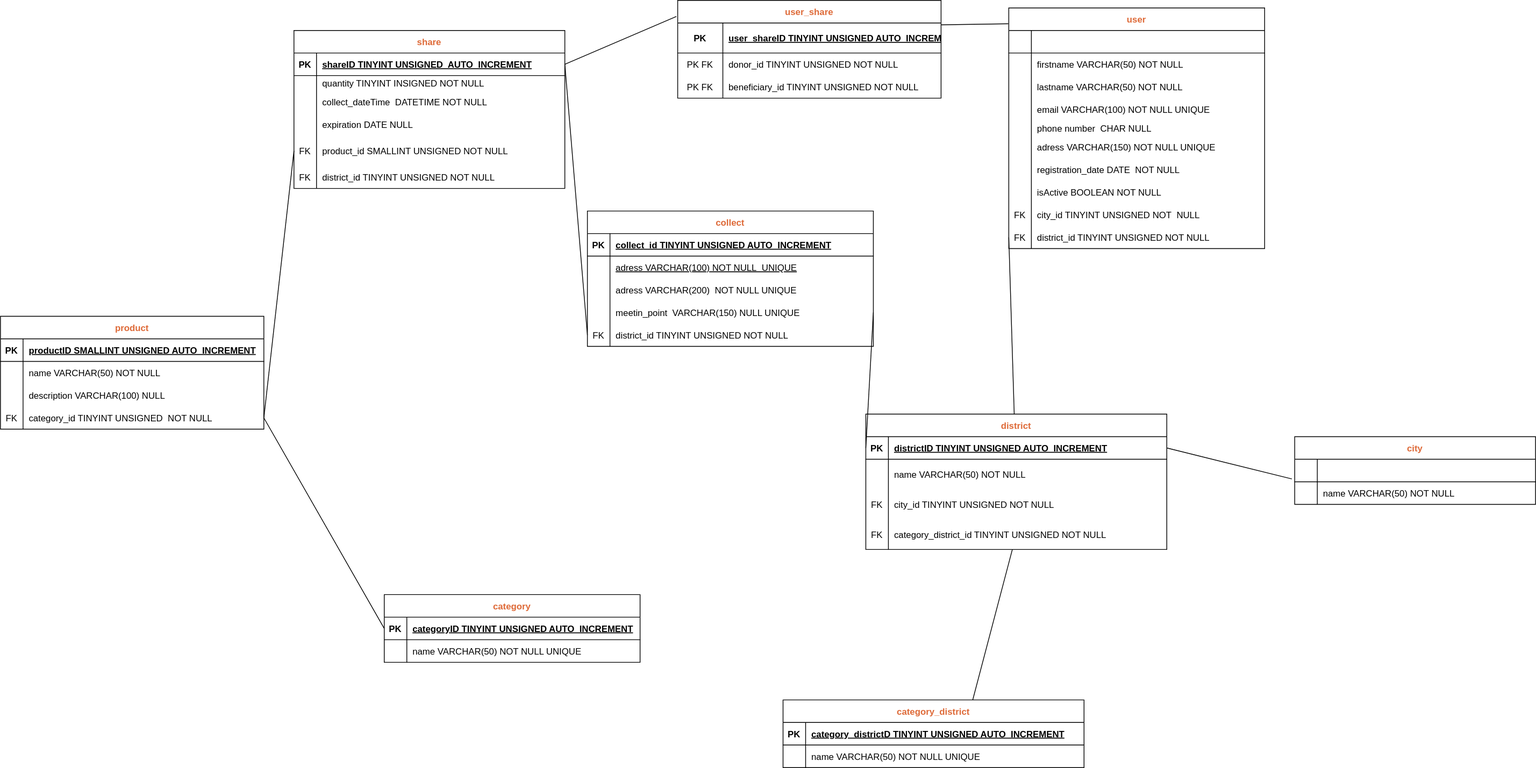
Above: code/server/Merise_VAG/MPD/vag.drawio.svg in Mandine42/vag (draw.io), before the change. Source tidied: cells renumbered, new cells last; positions are measured from the earlier drawing's top-left corner, leaving out a move shared by most shapes.
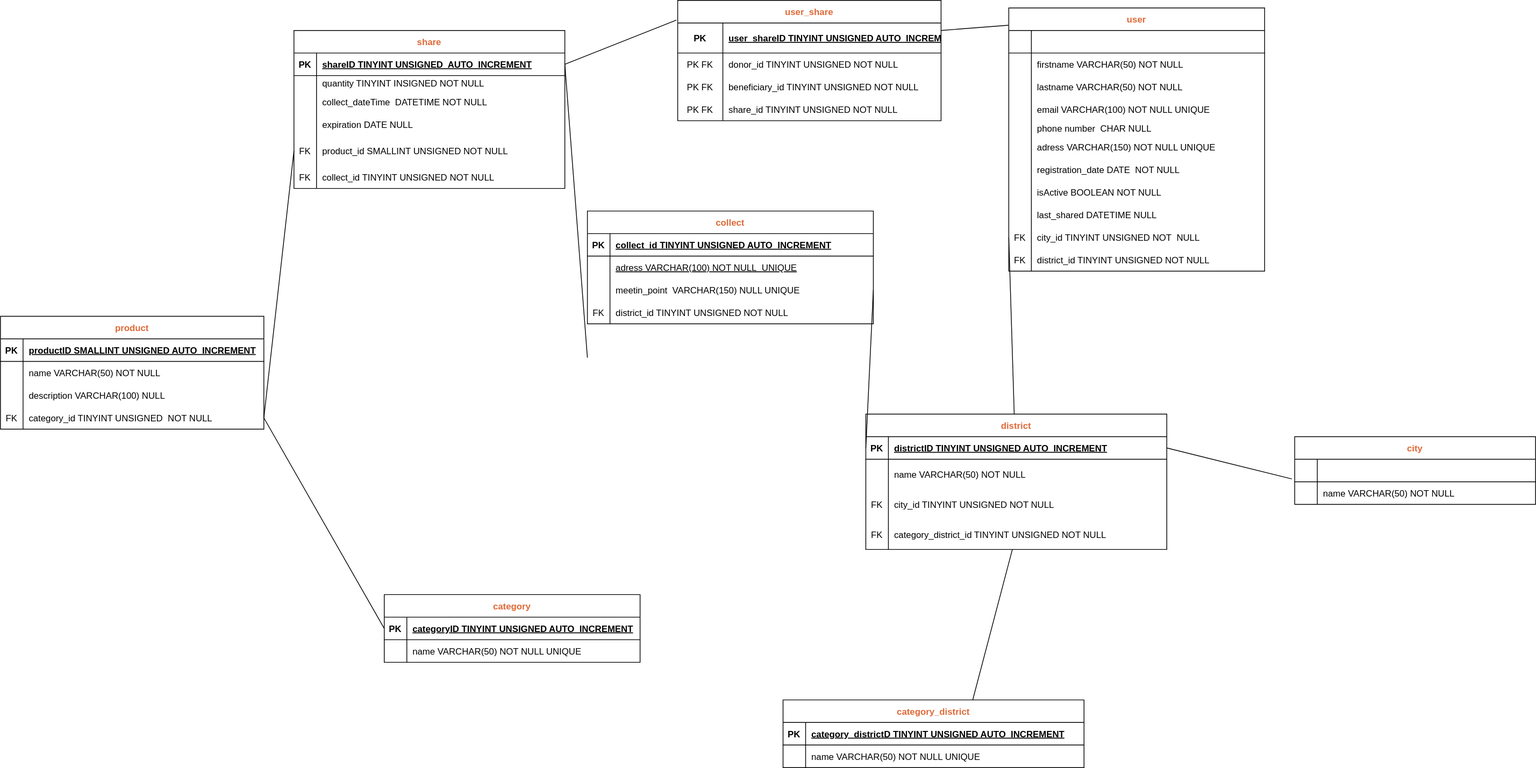
The same file after the commit.

What changed in the source:
```diff
@@ -3,7 +3,7 @@
     <mxCell id="0" />
     <mxCell id="1" parent="0" />
     <mxCell id="2" value="user" style="shape=table;startSize=30;rowLines=0;fontStyle=1;align=center;fontColor=#DE6A38;" parent="1" vertex="1">
-      <mxGeometry x="1340" y="10" width="340" height="320" as="geometry" />
+      <mxGeometry x="1340" y="10" width="340" height="350" as="geometry" />
     </mxCell>
     <mxCell id="3" style="shape=tableRow;horizontal=0;startSize=0;swimlaneHead=0;swimlaneBody=0;fillColor=none;top=0;left=0;right=0;bottom=1;fontColor=#256468;" parent="2" vertex="1">
       <mxGeometry y="30" width="340" height="30" as="geometry" />
@@ -80,10 +80,10 @@
     <mxCell id="27" style="shape=tableRow;horizontal=0;startSize=0;swimlaneHead=0;swimlaneBody=0;fillColor=none;top=0;left=0;right=0;bottom=0;" parent="2" vertex="1">
       <mxGeometry y="260" width="340" height="30" as="geometry" />
     </mxCell>
-    <mxCell id="28" value="FK" style="shape=partialRectangle;fillColor=none;top=0;left=0;bottom=0;right=0;overflow=hidden;" parent="27" vertex="1">
+    <mxCell id="28" style="shape=partialRectangle;fillColor=none;top=0;left=0;bottom=0;right=0;overflow=hidden;" parent="27" vertex="1">
       <mxGeometry width="30" height="30" as="geometry" />
     </mxCell>
-    <mxCell id="29" value="city_id TINYINT UNSIGNED NOT  NULL" style="shape=partialRectangle;fillColor=none;top=0;left=0;bottom=0;right=0;align=left;spacingLeft=6;overflow=hidden;" parent="27" vertex="1">
+    <mxCell id="29" value="last_shared DATETIME NULL" style="shape=partialRectangle;fillColor=none;top=0;left=0;bottom=0;right=0;align=left;spacingLeft=6;overflow=hidden;" parent="27" vertex="1">
       <mxGeometry x="30" width="310" height="30" as="geometry" />
     </mxCell>
     <mxCell id="30" style="shape=tableRow;horizontal=0;startSize=0;swimlaneHead=0;swimlaneBody=0;fillColor=none;points=[[0,0.5],[1,0.5]];portConstraint=eastwest;top=0;left=0;right=0;bottom=0;" parent="2" vertex="1">
@@ -92,9 +92,18 @@
     <mxCell id="31" value="FK" style="shape=partialRectangle;fillColor=none;top=0;left=0;bottom=0;right=0;overflow=hidden;" parent="30" vertex="1">
       <mxGeometry width="30" height="30" as="geometry" />
     </mxCell>
-    <mxCell id="32" value="district_id TINYINT UNSIGNED NOT NULL" style="shape=partialRectangle;fillColor=none;top=0;left=0;bottom=0;right=0;align=left;spacingLeft=6;overflow=hidden;" parent="30" vertex="1">
+    <mxCell id="32" value="city_id TINYINT UNSIGNED NOT  NULL" style="shape=partialRectangle;fillColor=none;top=0;left=0;bottom=0;right=0;align=left;spacingLeft=6;overflow=hidden;" parent="30" vertex="1">
       <mxGeometry x="30" width="310" height="30" as="geometry" />
     </mxCell>
+    <mxCell id="134" style="shape=tableRow;horizontal=0;startSize=0;swimlaneHead=0;swimlaneBody=0;fillColor=none;top=0;left=0;right=0;bottom=0;" parent="2" vertex="1">
+      <mxGeometry y="320" width="340" height="30" as="geometry" />
+    </mxCell>
+    <mxCell id="135" value="FK" style="shape=partialRectangle;fillColor=none;top=0;left=0;bottom=0;right=0;overflow=hidden;" parent="134" vertex="1">
+      <mxGeometry width="30" height="30" as="geometry" />
+    </mxCell>
+    <mxCell id="136" value="district_id TINYINT UNSIGNED NOT NULL" style="shape=partialRectangle;fillColor=none;top=0;left=0;bottom=0;right=0;align=left;spacingLeft=6;overflow=hidden;" parent="134" vertex="1">
+      <mxGeometry x="30" width="310" height="30" as="geometry" />
+    </mxCell>
     <mxCell id="33" value="city" style="shape=table;startSize=30;rowLines=0;fontStyle=1;align=center;fontColor=#de6a38;" parent="1" vertex="1">
       <mxGeometry x="1720" y="580" width="320" height="90" as="geometry" />
     </mxCell>
@@ -215,7 +224,7 @@
     <mxCell id="72" value="FK" style="shape=partialRectangle;fillColor=none;top=0;left=0;bottom=0;right=0;overflow=hidden;" parent="71" vertex="1">
       <mxGeometry width="30" height="30" as="geometry" />
     </mxCell>
-    <mxCell id="73" value="district_id TINYINT UNSIGNED NOT NULL" style="shape=partialRectangle;fillColor=none;top=0;left=0;bottom=0;right=0;align=left;spacingLeft=6;overflow=hidden;" parent="71" vertex="1">
+    <mxCell id="73" value="collect_id TINYINT UNSIGNED NOT NULL" style="shape=partialRectangle;fillColor=none;top=0;left=0;bottom=0;right=0;align=left;spacingLeft=6;overflow=hidden;" parent="71" vertex="1">
       <mxGeometry x="30" width="330" height="30" as="geometry" />
     </mxCell>
     <mxCell id="74" value="product" style="shape=table;startSize=30;rowLines=0;fontStyle=1;align=center;fontColor=#DE6A38;" parent="1" vertex="1">
@@ -287,7 +296,7 @@
       <mxGeometry relative="1" as="geometry" />
     </mxCell>
     <mxCell id="96" value="user_share" style="shape=table;startSize=30;rowLines=0;fontStyle=1;align=center;fontColor=#DE6A38;" parent="1" vertex="1">
-      <mxGeometry x="900" width="350" height="130" as="geometry" />
+      <mxGeometry x="900" width="350" height="160" as="geometry" />
     </mxCell>
     <mxCell id="97" style="shape=tableRow;horizontal=0;startSize=0;swimlaneHead=0;swimlaneBody=0;fillColor=none;top=0;left=0;right=0;bottom=1;" parent="96" vertex="1">
       <mxGeometry y="30" width="350" height="40" as="geometry" />
@@ -316,6 +325,15 @@
     <mxCell id="105" value="beneficiary_id TINYINT UNSIGNED NOT NULL" style="shape=partialRectangle;fillColor=none;top=0;left=0;bottom=0;right=0;align=left;spacingLeft=6;overflow=hidden;" parent="103" vertex="1">
       <mxGeometry x="60" width="290" height="30" as="geometry" />
     </mxCell>
+    <mxCell id="137" style="shape=tableRow;horizontal=0;startSize=0;swimlaneHead=0;swimlaneBody=0;fillColor=none;top=0;left=0;right=0;bottom=0;" parent="96" vertex="1">
+      <mxGeometry y="130" width="350" height="30" as="geometry" />
+    </mxCell>
+    <mxCell id="138" value="PK FK" style="shape=partialRectangle;fillColor=none;top=0;left=0;bottom=0;right=0;overflow=hidden;" parent="137" vertex="1">
+      <mxGeometry width="60" height="30" as="geometry" />
+    </mxCell>
+    <mxCell id="139" value="share_id TINYINT UNSIGNED NOT NULL" style="shape=partialRectangle;fillColor=none;top=0;left=0;bottom=0;right=0;align=left;spacingLeft=6;overflow=hidden;" parent="137" vertex="1">
+      <mxGeometry x="60" width="290" height="30" as="geometry" />
+    </mxCell>
     <mxCell id="106" style="endArrow=none;html=1;rounded=0;fontColor=#DE6A38;exitX=1;exitY=0.25;exitDx=0;exitDy=0;entryX=-0.002;entryY=0.066;entryDx=0;entryDy=0;entryPerimeter=0;" parent="1" edge="1" source="96" target="2">
       <mxGeometry relative="1" as="geometry" />
     </mxCell>
@@ -347,7 +365,7 @@
       <mxGeometry relative="1" as="geometry" />
     </mxCell>
     <mxCell id="116" value="collect" style="shape=table;startSize=30;rowLines=0;fontStyle=1;align=center;fontColor=#DE6A38;" parent="1" vertex="1">
-      <mxGeometry x="780" y="280" width="380" height="180" as="geometry" />
+      <mxGeometry x="780" y="280" width="380" height="150" as="geometry" />
     </mxCell>
     <mxCell id="117" style="shape=tableRow;horizontal=0;startSize=0;swimlaneHead=0;swimlaneBody=0;fillColor=none;top=0;left=0;right=0;bottom=1;" parent="116" vertex="1">
       <mxGeometry y="30" width="380" height="30" as="geometry" />
@@ -367,17 +385,8 @@
     <mxCell id="122" value="adress VARCHAR(100) NOT NULL  UNIQUE" style="shape=partialRectangle;fillColor=none;top=0;left=0;bottom=0;right=0;align=left;spacingLeft=6;overflow=hidden;fontStyle=4;" parent="120" vertex="1">
       <mxGeometry x="30" width="350" height="30" as="geometry" />
     </mxCell>
-    <mxCell id="123" style="shape=tableRow;horizontal=0;startSize=0;swimlaneHead=0;swimlaneBody=0;fillColor=none;top=0;left=0;right=0;bottom=0;" parent="116" vertex="1">
-      <mxGeometry y="90" width="380" height="30" as="geometry" />
-    </mxCell>
-    <mxCell id="124" style="shape=partialRectangle;fillColor=none;top=0;left=0;bottom=0;right=0;overflow=hidden;" parent="123" vertex="1">
-      <mxGeometry width="30" height="30" as="geometry" />
-    </mxCell>
-    <mxCell id="125" value="adress VARCHAR(200)  NOT NULL UNIQUE" style="shape=partialRectangle;fillColor=none;top=0;left=0;bottom=0;right=0;align=left;spacingLeft=6;overflow=hidden;" parent="123" vertex="1">
-      <mxGeometry x="30" width="350" height="30" as="geometry" />
-    </mxCell>
     <mxCell id="126" style="shape=tableRow;horizontal=0;startSize=0;swimlaneHead=0;swimlaneBody=0;fillColor=none;points=[[0,0.5],[1,0.5]];portConstraint=eastwest;top=0;left=0;right=0;bottom=0;" parent="116" vertex="1">
-      <mxGeometry y="120" width="380" height="30" as="geometry" />
+      <mxGeometry y="90" width="380" height="30" as="geometry" />
     </mxCell>
     <mxCell id="127" style="shape=partialRectangle;fillColor=none;top=0;left=0;bottom=0;right=0;overflow=hidden;" parent="126" vertex="1">
       <mxGeometry width="30" height="30" as="geometry" />
@@ -385,20 +394,22 @@
     <mxCell id="128" value="meetin_point  VARCHAR(150) NULL UNIQUE" style="shape=partialRectangle;fillColor=none;top=0;left=0;bottom=0;right=0;align=left;spacingLeft=6;overflow=hidden;" parent="126" vertex="1">
       <mxGeometry x="30" width="350" height="30" as="geometry" />
     </mxCell>
-    <mxCell id="129" style="shape=tableRow;horizontal=0;startSize=0;swimlaneHead=0;swimlaneBody=0;fillColor=none;points=[[0,0.5],[1,0.5]];portConstraint=eastwest;top=0;left=0;right=0;bottom=0;" parent="116" vertex="1">
-      <mxGeometry y="150" width="380" height="30" as="geometry" />
-    </mxCell>
-    <mxCell id="130" value="FK" style="shape=partialRectangle;fillColor=none;top=0;left=0;bottom=0;right=0;overflow=hidden;" parent="129" vertex="1">
-      <mxGeometry width="30" height="30" as="geometry" />
-    </mxCell>
+    <mxCell id="140" style="shape=tableRow;horizontal=0;startSize=0;swimlaneHead=0;swimlaneBody=0;fillColor=none;top=0;left=0;right=0;bottom=0;" parent="116" vertex="1">
+      <mxGeometry y="120" width="380" height="30" as="geometry" />
+    </mxCell>
+    <mxCell id="141" value="FK" style="shape=partialRectangle;fillColor=none;top=0;left=0;bottom=0;right=0;overflow=hidden;" parent="140" vertex="1">
+      <mxGeometry width="30" height="30" as="geometry" />
+    </mxCell>
-    <mxCell id="131" value="district_id TINYINT UNSIGNED NOT NULL" style="shape=partialRectangle;fillColor=none;top=0;left=0;bottom=0;right=0;align=left;spacingLeft=6;overflow=hidden;" parent="129" vertex="1">
+    <mxCell id="131" value="district_id TINYINT UNSIGNED NOT NULL" style="shape=partialRectangle;fillColor=none;top=0;left=0;bottom=0;right=0;align=left;spacingLeft=6;overflow=hidden;" parent="140" vertex="1">
       <mxGeometry x="30" width="350" height="30" as="geometry" />
     </mxCell>
     <mxCell id="132" style="endArrow=none;html=1;rounded=0;entryX=0;entryY=0.5;entryDx=0;entryDy=0;exitX=1;exitY=0.5;exitDx=0;exitDy=0;" parent="1" edge="1" source="126" target="41">
       <mxGeometry relative="1" as="geometry" />
     </mxCell>
-    <mxCell id="133" style="endArrow=none;html=1;rounded=0;exitX=1;exitY=0.5;exitDx=0;exitDy=0;entryX=0;entryY=0.5;entryDx=0;entryDy=0;" parent="1" edge="1" source="56" target="129">
-      <mxGeometry relative="1" as="geometry" />
+    <mxCell id="133" style="endArrow=none;html=1;rounded=0;exitX=1;exitY=0.5;exitDx=0;exitDy=0;entryX=0;entryY=0.5;entryDx=0;entryDy=0;" parent="1" edge="1" source="56">
+      <mxGeometry relative="1" as="geometry">
+        <mxPoint x="780" y="475" as="targetPoint" />
+      </mxGeometry>
     </mxCell>
   </root>
 </mxGraphModel>
```
